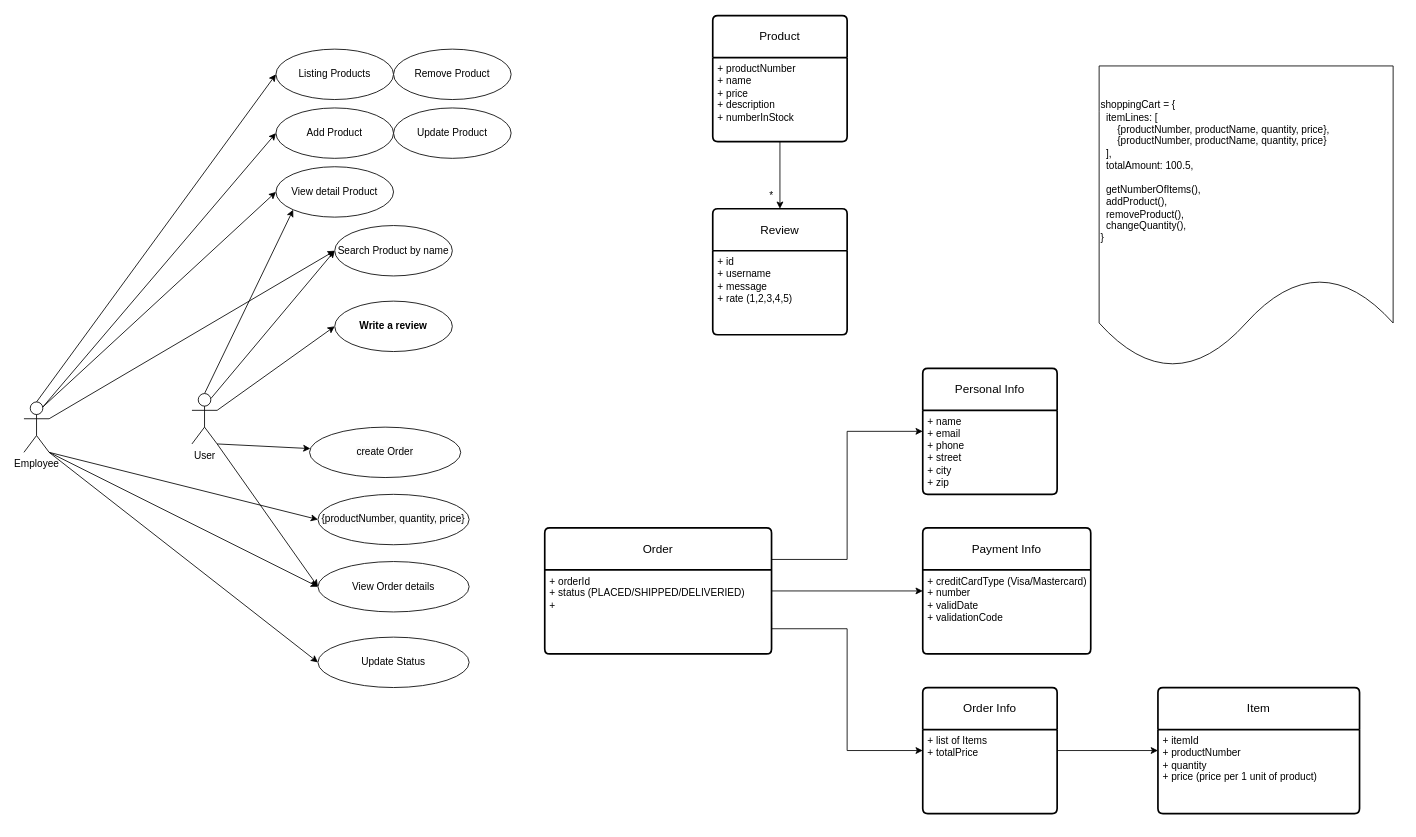
Earlier version of the draw.io diagram page "webstore_diagram" (1 of 3) of Design.drawio (StevenNguyenUIT/WebStoreApplication). Source tidied: cells renumbered, new cells numbered last; positions are measured from the earlier drawing's top-left corner, leaving out a move shared by most shapes. Both pictures are drawn from the tidied source at 84%, with x=0, y=0 at pixel (24, 15).
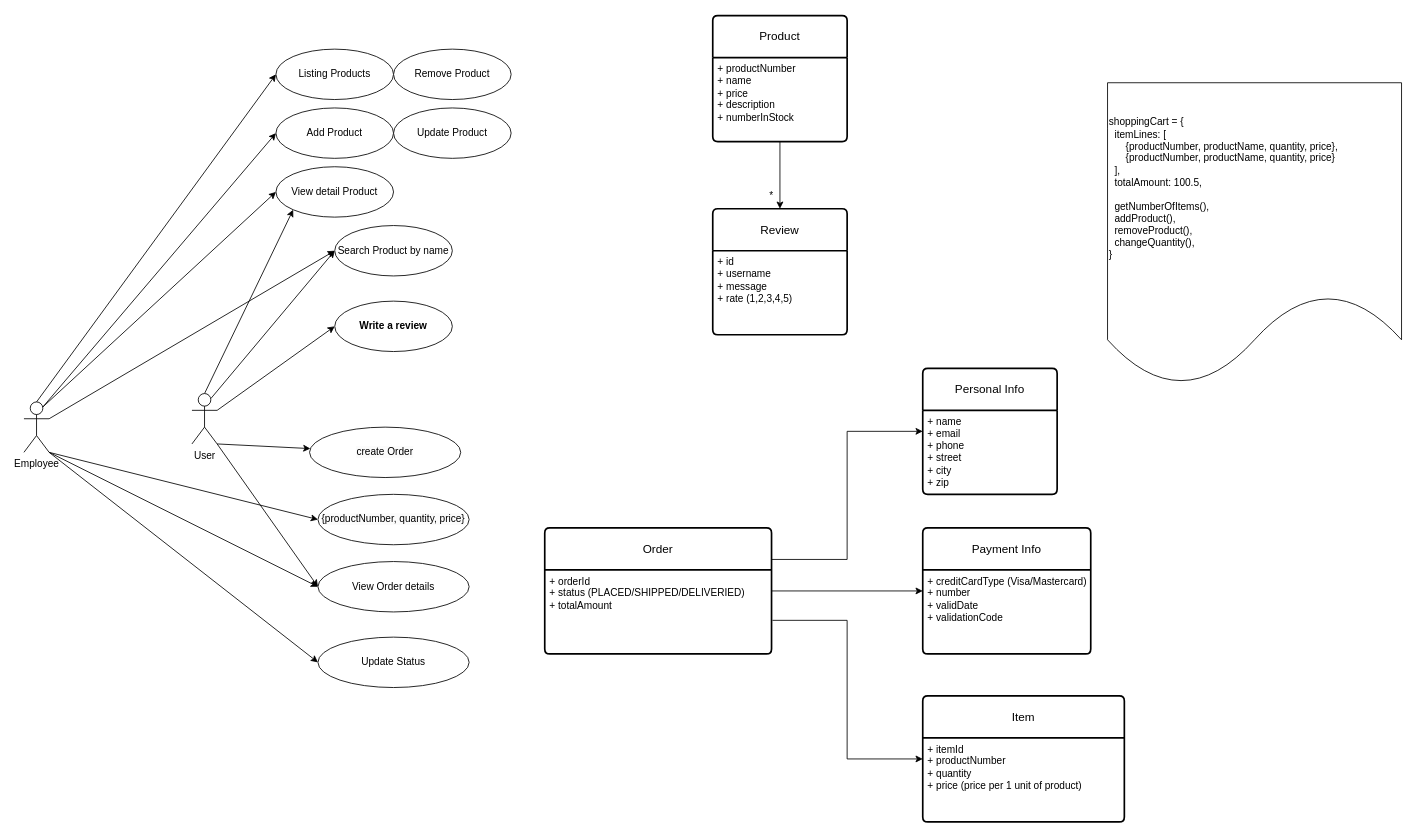
After the change.

The change refers to these unchanged cells:
```xml
<mxCell id="29" value="Order" style="swimlane;horizontal=1;startSize=50;rounded=1;fontSize=14;fontStyle=0;strokeWidth=2;shadow=0;dashed=0;align=center;arcSize=4;whiteSpace=wrap;html=1;" parent="1" vertex="1">
  <mxGeometry x="620" y="610" width="270" height="150" as="geometry" />
</mxCell>
<mxCell id="38" value="+ itemId&lt;br&gt;+ productNumber&lt;br&gt;+ quantity&lt;br&gt;+ price (price per 1 unit of product)" style="align=left;strokeColor=none;fillColor=none;spacingLeft=4;fontSize=12;verticalAlign=top;html=1;" parent="37" vertex="1">
  <mxGeometry y="50" width="240" height="100" as="geometry" />
</mxCell>
```

Diff of the diagram source:
```diff
@@
-    <mxCell id="30" value="+ orderId&lt;br&gt;+ status (PLACED/SHIPPED/DELIVERIED)&lt;br&gt;+&amp;nbsp;&lt;br&gt;" style="align=left;strokeColor=none;fillColor=none;spacingLeft=4;fontSize=12;verticalAlign=top;html=1;" parent="29" vertex="1">
+    <mxCell id="30" value="+ orderId&lt;br&gt;+ status (PLACED/SHIPPED/DELIVERIED)&lt;br&gt;+ totalAmount" style="align=left;strokeColor=none;fillColor=none;spacingLeft=4;fontSize=12;verticalAlign=top;html=1;" parent="29" vertex="1">
       <mxGeometry y="50" width="270" height="100" as="geometry" />
     </mxCell>
@@
-    <mxCell id="35" value="Order Info" style="swimlane;horizontal=1;startSize=50;rounded=1;fontSize=14;fontStyle=0;strokeWidth=2;shadow=0;dashed=0;align=center;arcSize=4;whiteSpace=wrap;html=1;" parent="1" vertex="1">
-      <mxGeometry x="1070" y="800" width="160" height="150" as="geometry" />
-    </mxCell>
-    <mxCell id="36" value="+ list of Items&lt;br&gt;+ totalPrice" style="align=left;strokeColor=none;fillColor=none;spacingLeft=4;fontSize=12;verticalAlign=top;html=1;" parent="35" vertex="1">
-      <mxGeometry y="50" width="160" height="100" as="geometry" />
-    </mxCell>
     <mxCell id="37" value="Item" style="swimlane;horizontal=1;startSize=50;rounded=1;fontSize=14;fontStyle=0;strokeWidth=2;shadow=0;dashed=0;align=center;arcSize=4;whiteSpace=wrap;html=1;" parent="1" vertex="1">
-      <mxGeometry x="1350" y="800" width="240" height="150" as="geometry" />
+      <mxGeometry x="1070" y="810" width="240" height="150" as="geometry" />
     </mxCell>
@@
-    <mxCell id="40" style="edgeStyle=orthogonalEdgeStyle;rounded=0;jettySize=auto;html=1;exitX=1;exitY=0.5;exitDx=0;exitDy=0;entryX=0;entryY=0.5;entryDx=0;entryDy=0;" parent="1" edge="1" source="30" target="35">
-      <mxGeometry relative="1" as="geometry">
-        <Array as="points">
-          <mxPoint x="890" y="730" />
-          <mxPoint x="980" y="730" />
-          <mxPoint x="980" y="875" />
-        </Array>
-      </mxGeometry>
-    </mxCell>
-    <mxCell id="41" style="edgeStyle=orthogonalEdgeStyle;rounded=0;jettySize=auto;html=1;exitX=1;exitY=0.25;exitDx=0;exitDy=0;entryX=0;entryY=0.25;entryDx=0;entryDy=0;" parent="1" edge="1" source="36" target="38">
+    <mxCell id="41" style="edgeStyle=orthogonalEdgeStyle;rounded=0;jettySize=auto;html=1;exitX=1.004;exitY=0.6;exitDx=0;exitDy=0;entryX=0;entryY=0.25;entryDx=0;entryDy=0;exitPerimeter=0;" parent="1" edge="1" source="30" target="38">
       <mxGeometry relative="1" as="geometry" />
     </mxCell>
@@
     <mxCell id="46" value="shoppingCart = {&lt;br&gt;&amp;nbsp; itemLines: [&lt;br&gt;&amp;nbsp; &amp;nbsp; &amp;nbsp; {productNumber, productName, quantity, price},&lt;br&gt;&amp;nbsp; &amp;nbsp; &amp;nbsp; {productNumber, productName, quantity, price}&lt;br&gt;&amp;nbsp; ],&amp;nbsp;&lt;br&gt;&amp;nbsp; totalAmount: 100.5,&lt;br&gt;&amp;nbsp;&amp;nbsp;&lt;br&gt;&amp;nbsp; getNumberOfItems(),&lt;br&gt;&amp;nbsp; addProduct(),&lt;br&gt;&amp;nbsp; removeProduct(),&lt;br&gt;&amp;nbsp; changeQuantity(),&lt;br&gt;}" style="shape=document;whiteSpace=wrap;html=1;boundedLbl=1;align=left;" parent="1" vertex="1">
-      <mxGeometry x="1280" y="60" width="350" height="360" as="geometry" />
+      <mxGeometry x="1290" y="80" width="350" height="360" as="geometry" />
     </mxCell>
```
